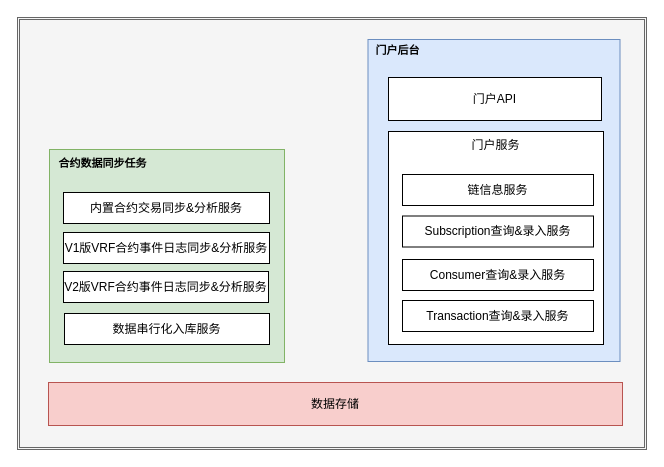
The draw.io diagram page "架构图" (1 of 7) of VRF-architecture.drawio in trevorch/drawio, before the edit. Source tidied: cells renumbered, new cells numbered last; positions are measured from the earlier drawing's top-left corner, leaving out a move shared by most shapes. Both pictures are drawn from the tidied source at 100%, with x=0, y=0 at pixel (17, 17).
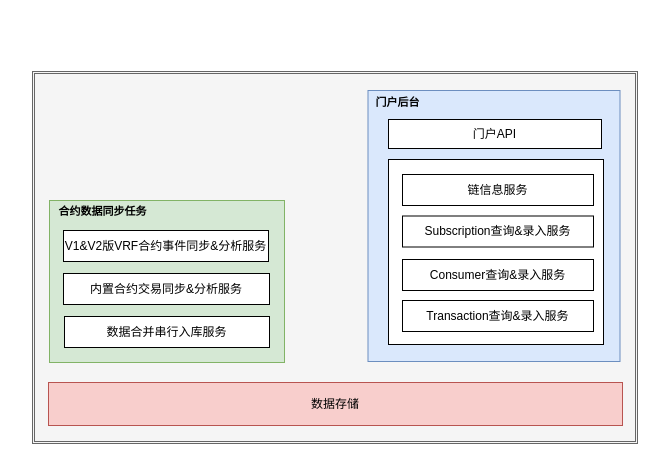
Above is the later version.

Diff of the diagram source:
```diff
@@
 <mxGraphModel>
   <root>
     <mxCell id="0" />
     <mxCell id="1" parent="0" />
     <mxCell id="2" style="shape=ext;double=1;rounded=0;whiteSpace=wrap;html=1;fontSize=11;fillColor=#f5f5f5;fontColor=#333333;strokeColor=#666666;" parent="1" vertex="1">
-      <mxGeometry width="629" height="432" as="geometry" />
+      <mxGeometry x="15" y="54" width="605" height="372" as="geometry" />
     </mxCell>
     <mxCell id="3" value="数据存储" style="rounded=0;whiteSpace=wrap;html=1;fontSize=12;fillColor=#f8cecc;strokeColor=#b85450;" parent="1" vertex="1">
       <mxGeometry x="31" y="365" width="574" height="43" as="geometry" />
     </mxCell>
     <mxCell id="4" style="group;" parent="1" vertex="1">
-      <mxGeometry x="371" y="60" width="228" height="294.5" as="geometry" />
+      <mxGeometry x="371" y="60" width="231.5" height="294.5" as="geometry" />
     </mxCell>
     <mxCell id="5" style="rounded=0;whiteSpace=wrap;html=1;fontSize=12;fillColor=#dae8fc;strokeColor=#6c8ebf;" parent="4" vertex="1">
-      <mxGeometry x="-20.5" y="-38" width="252" height="322" as="geometry" />
+      <mxGeometry x="-20.5" y="13" width="252" height="271" as="geometry" />
     </mxCell>
-    <mxCell id="6" value="门户服务&lt;br&gt;&lt;br&gt;&lt;br&gt;&lt;br&gt;&lt;br&gt;&lt;br&gt;&lt;br&gt;&lt;br&gt;&lt;br&gt;&lt;br&gt;&lt;br&gt;&lt;br&gt;&lt;br&gt;&lt;br&gt;" style="rounded=0;whiteSpace=wrap;html=1;fontSize=12;" parent="4" vertex="1">
-      <mxGeometry y="54" width="215" height="213" as="geometry" />
+    <mxCell id="6" style="rounded=0;whiteSpace=wrap;html=1;fontSize=12;" parent="4" vertex="1">
+      <mxGeometry y="82" width="215" height="185" as="geometry" />
     </mxCell>
     <mxCell id="7" value="链信息服务" style="rounded=0;whiteSpace=wrap;html=1;fontSize=12;" parent="4" vertex="1">
       <mxGeometry x="14" y="97" width="191" height="31" as="geometry" />
     </mxCell>
     <mxCell id="8" value="Subscription查询&amp;amp;录入服务" style="rounded=0;whiteSpace=wrap;html=1;fontSize=12;" parent="4" vertex="1">
       <mxGeometry x="14" y="138.5" width="191" height="31" as="geometry" />
     </mxCell>
     <mxCell id="9" value="Consumer查询&amp;amp;录入服务" style="rounded=0;whiteSpace=wrap;html=1;fontSize=12;" parent="4" vertex="1">
       <mxGeometry x="14" y="182" width="191" height="31" as="geometry" />
     </mxCell>
     <mxCell id="10" value="Transaction查询&amp;amp;录入服务" style="rounded=0;whiteSpace=wrap;html=1;fontSize=12;" parent="4" vertex="1">
       <mxGeometry x="14" y="223" width="191" height="31" as="geometry" />
     </mxCell>
     <mxCell id="11" value="门户API" style="rounded=0;whiteSpace=wrap;html=1;fontSize=12;" parent="4" vertex="1">
-      <mxGeometry width="213" height="43" as="geometry" />
+      <mxGeometry y="42" width="213" height="29" as="geometry" />
     </mxCell>
     <mxCell id="12" value="&lt;font style=&quot;font-size: 11px;&quot;&gt;门户后台&lt;/font&gt;" style="text;strokeColor=none;fillColor=none;html=1;fontSize=24;fontStyle=1;verticalAlign=middle;align=center;" parent="4" vertex="1">
-      <mxGeometry x="-20.5" y="-41" width="59" height="20" as="geometry" />
+      <mxGeometry x="-20.5" y="11" width="59" height="20" as="geometry" />
     </mxCell>
     <mxCell id="13" style="group;" parent="1" vertex="1">
       <mxGeometry x="32" y="132" width="235" height="213" as="geometry" />
     </mxCell>
     <mxCell id="14" style="rounded=0;whiteSpace=wrap;html=1;fontSize=12;fillColor=#d5e8d4;strokeColor=#82b366;" parent="13" vertex="1">
-      <mxGeometry width="235" height="213" as="geometry" />
+      <mxGeometry y="51" width="235" height="162" as="geometry" />
     </mxCell>
     <mxCell id="15" value="内置合约交易同步&amp;amp;分析服务" style="rounded=0;whiteSpace=wrap;html=1;fontSize=12;" parent="13" vertex="1">
-      <mxGeometry x="14" y="43" width="206" height="31" as="geometry" />
+      <mxGeometry x="14" y="124" width="206" height="31" as="geometry" />
     </mxCell>
-    <mxCell id="16" value="V1版VRF合约事件日志同步&amp;amp;分析服务" style="rounded=0;whiteSpace=wrap;html=1;fontSize=12;" parent="13" vertex="1">
-      <mxGeometry x="14" y="83" width="206" height="31" as="geometry" />
-    </mxCell>
-    <mxCell id="17" value="V2版VRF合约事件日志同步&amp;amp;分析服务" style="rounded=0;whiteSpace=wrap;html=1;fontSize=12;" parent="13" vertex="1">
-      <mxGeometry x="14" y="122" width="205" height="31" as="geometry" />
+    <mxCell id="17" value="V1&amp;amp;V2版VRF合约事件同步&amp;amp;分析服务" style="rounded=0;whiteSpace=wrap;html=1;fontSize=12;" parent="13" vertex="1">
+      <mxGeometry x="14" y="81" width="205" height="31" as="geometry" />
     </mxCell>
-    <mxCell id="18" value="数据串行化入库服务" style="rounded=0;whiteSpace=wrap;html=1;fontSize=12;" parent="13" vertex="1">
-      <mxGeometry x="15" y="164" width="205" height="31" as="geometry" />
+    <mxCell id="18" value="数据合并串行入库服务" style="rounded=0;whiteSpace=wrap;html=1;fontSize=12;" parent="13" vertex="1">
+      <mxGeometry x="15" y="167" width="205" height="31" as="geometry" />
     </mxCell>
     <mxCell id="19" value="&lt;span style=&quot;font-size: 11px;&quot;&gt;合约数据同步任务&lt;/span&gt;" style="text;strokeColor=none;fillColor=none;html=1;fontSize=24;fontStyle=1;verticalAlign=middle;align=center;" parent="13" vertex="1">
-      <mxGeometry x="23" width="59" height="20" as="geometry" />
+      <mxGeometry x="23" y="48" width="59" height="20" as="geometry" />
     </mxCell>
   </root>
 </mxGraphModel>
```
